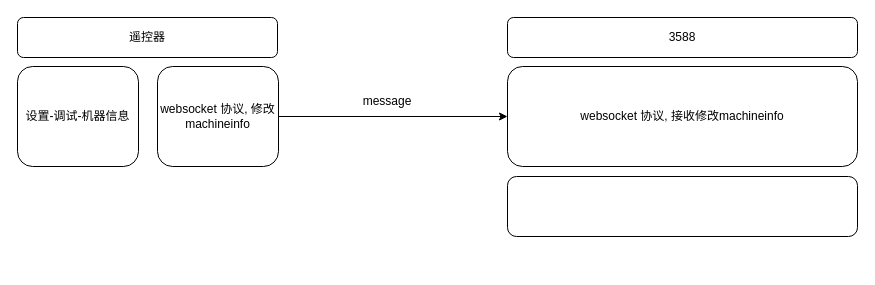
Above: machineinfo 方案设计.drawio in Jev0987/drawioFile (draw.io), before the change. Source tidied: cells renumbered, new cells numbered last; positions are measured from the earlier drawing's top-left corner, leaving out a move shared by most shapes. Both pictures are drawn from the tidied source at 100%, with x=0, y=0 at pixel (17, 17).
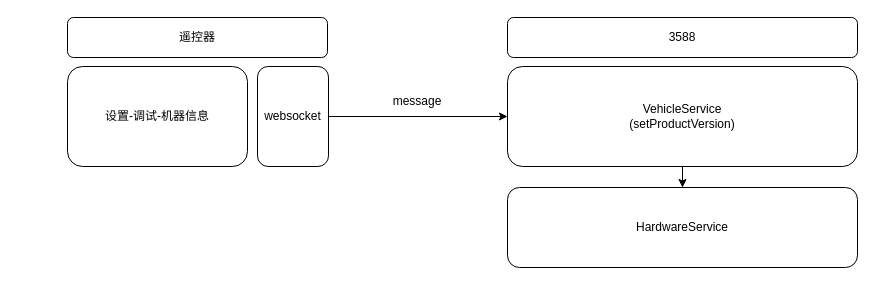
After the change.

Commit message:
更新machineinfo 方案设计.drawio

The edit, as a diff of the source:
```diff
@@
 <mxGraphModel>
   <root>
     <mxCell id="0" />
     <mxCell id="1" parent="0" />
     <mxCell id="2" value="遥控器" style="rounded=1;whiteSpace=wrap;html=1;roundedPerimeter=1;" parent="1" vertex="1">
-      <mxGeometry width="260" height="40" as="geometry" />
+      <mxGeometry x="50" width="260" height="40" as="geometry" />
     </mxCell>
     <mxCell id="3" style="edgeStyle=orthogonalEdgeStyle;rounded=0;jettySize=auto;html=1;exitX=1;exitY=0.5;exitDx=0;exitDy=0;entryX=0;entryY=0.5;entryDx=0;entryDy=0;defaultLabelBackgroundColor=page;" parent="1" edge="1" source="4" target="7">
       <mxGeometry relative="1" as="geometry" />
     </mxCell>
-    <mxCell id="4" value="websocket 协议, 修改machineinfo" style="rounded=1;whiteSpace=wrap;html=1;roundedPerimeter=1;" parent="1" vertex="1">
-      <mxGeometry x="140" y="49" width="121" height="100" as="geometry" />
+    <mxCell id="4" value="websocket" style="rounded=1;whiteSpace=wrap;html=1;roundedPerimeter=1;" parent="1" vertex="1">
+      <mxGeometry x="240" y="49" width="71" height="100" as="geometry" />
     </mxCell>
     <mxCell id="5" value="设置-调试-机器信息" style="rounded=1;whiteSpace=wrap;html=1;roundedPerimeter=1;" parent="1" vertex="1">
-      <mxGeometry y="49" width="121" height="100" as="geometry" />
+      <mxGeometry x="50" y="49" width="180" height="100" as="geometry" />
     </mxCell>
     <mxCell id="6" value="3588" style="rounded=1;whiteSpace=wrap;html=1;roundedPerimeter=1;" parent="1" vertex="1">
       <mxGeometry x="490" width="350" height="40" as="geometry" />
     </mxCell>
+    <mxCell id="10" style="edgeStyle=orthogonalEdgeStyle;rounded=0;jettySize=auto;html=1;defaultLabelBackgroundColor=page;" parent="1" edge="1" source="7" target="9">
+      <mxGeometry relative="1" as="geometry" />
+    </mxCell>
-    <mxCell id="7" value="websocket 协议, 接收修改machineinfo" style="rounded=1;whiteSpace=wrap;html=1;roundedPerimeter=1;" parent="1" vertex="1">
+    <mxCell id="7" value="VehicleService&lt;div&gt;(setProductVersion)&lt;/div&gt;" style="rounded=1;whiteSpace=wrap;html=1;roundedPerimeter=1;" parent="1" vertex="1">
       <mxGeometry x="490" y="49" width="350" height="100" as="geometry" />
     </mxCell>
     <mxCell id="8" value="message" style="text;html=1;whiteSpace=wrap;strokeColor=none;fillColor=none;align=center;verticalAlign=middle;rounded=0;" parent="1" vertex="1">
-      <mxGeometry x="340" y="69" width="60" height="30" as="geometry" />
+      <mxGeometry x="370" y="69" width="60" height="30" as="geometry" />
     </mxCell>
-    <mxCell id="9" style="rounded=1;whiteSpace=wrap;html=1;roundedPerimeter=1;" parent="1" vertex="1">
-      <mxGeometry x="490" y="159" width="350" height="60" as="geometry" />
+    <mxCell id="9" value="HardwareService" style="rounded=1;whiteSpace=wrap;html=1;roundedPerimeter=1;" parent="1" vertex="1">
+      <mxGeometry x="490" y="170" width="350" height="80" as="geometry" />
     </mxCell>
   </root>
 </mxGraphModel>
```
